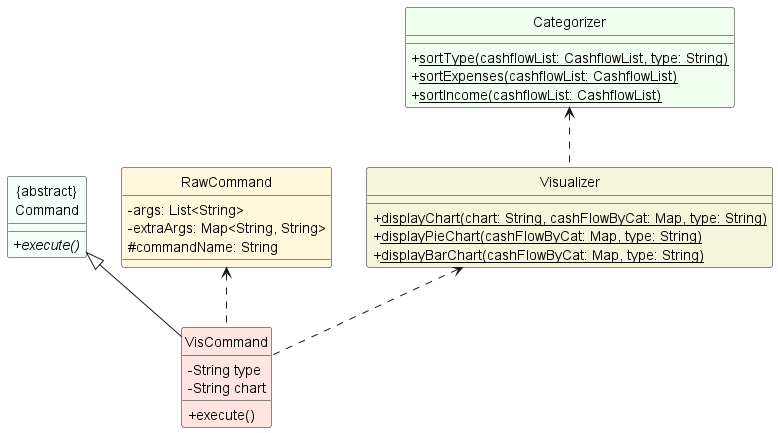
Above: docs/images/vis/visualisationClass.png in nus-cs2113-AY2324S1/tp (PlantUML), before the change. The source it was exported from:
```plantuml
@startuml

skinparam classFontColor automatic


class "{abstract}\nCommand"  #MintCream {
+execute() {abstract}
}

class VisCommand #MistyRose {
-String type
-String chart
+execute()
}

class RawCommand #Cornsilk {
-args: List<String>
-extraArgs: Map<String, String>
#commandName: String
}

class Categorizer #HoneyDew {
+<u>sortType(cashflowList: CashflowList, type: String)
+<u>sortExpenses(cashflowList: CashflowList)
+<u>sortIncome(cashflowList: CashflowList)
}

class Visualizer #Beige {
+<u>displayChart(chart: String, cashFlowByCat: Map, type: String)
+ <u>displayPieChart(cashFlowByCat: Map, type: String)
+ <u>displayBarChart(cashFlowByCat: Map, type: String)
}

"{abstract}\nCommand" <|-- VisCommand
RawCommand <.. VisCommand
Categorizer <.. Visualizer
Visualizer <.. VisCommand

hide Circle
skinparam classAttributeIconSize 0

@enduml
```
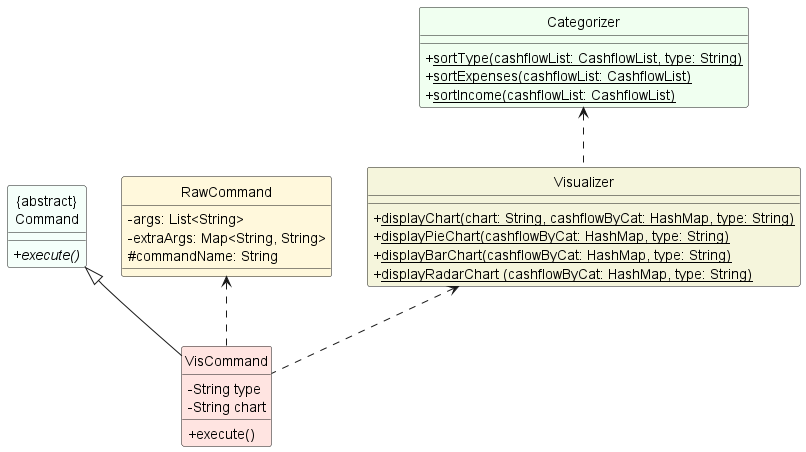
The same diagram one commit later.

What changed in the source:
```diff
@@ -26,9 +26,10 @@
 }
 
 class Visualizer #Beige {
-+<u>displayChart(chart: String, cashFlowByCat: Map, type: String)
-+ <u>displayPieChart(cashFlowByCat: Map, type: String)
-+ <u>displayBarChart(cashFlowByCat: Map, type: String)
++<u>displayChart(chart: String, cashflowByCat: HashMap, type: String)
++ <u>displayPieChart(cashflowByCat: HashMap, type: String)
++ <u>displayBarChart(cashflowByCat: HashMap, type: String)
++ <u>displayRadarChart (cashflowByCat: HashMap, type: String)
 }
 
 "{abstract}\nCommand" <|-- VisCommand
```
